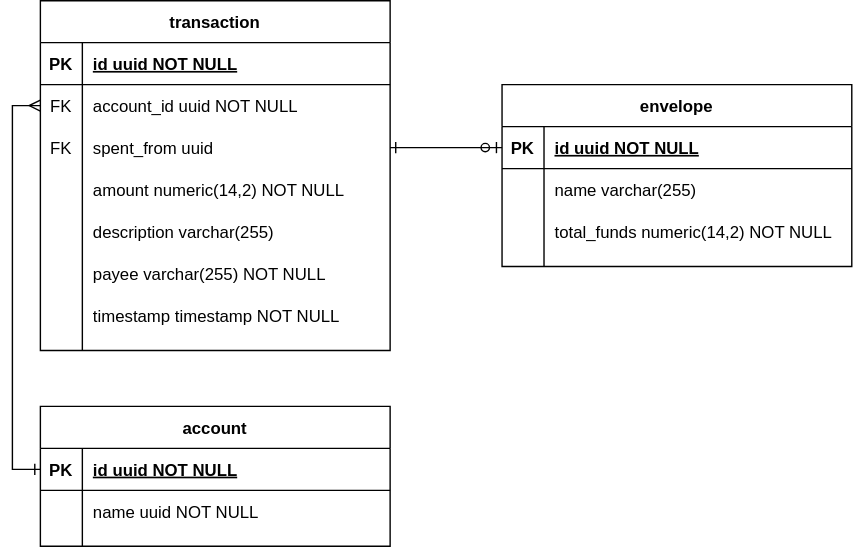
Above: data-er.svg in andrew-chang-dewitt/hoops-api (draw.io), before the change. Source tidied: cells renumbered, new cells last; positions are measured from the earlier drawing's top-left corner, leaving out a move shared by most shapes.
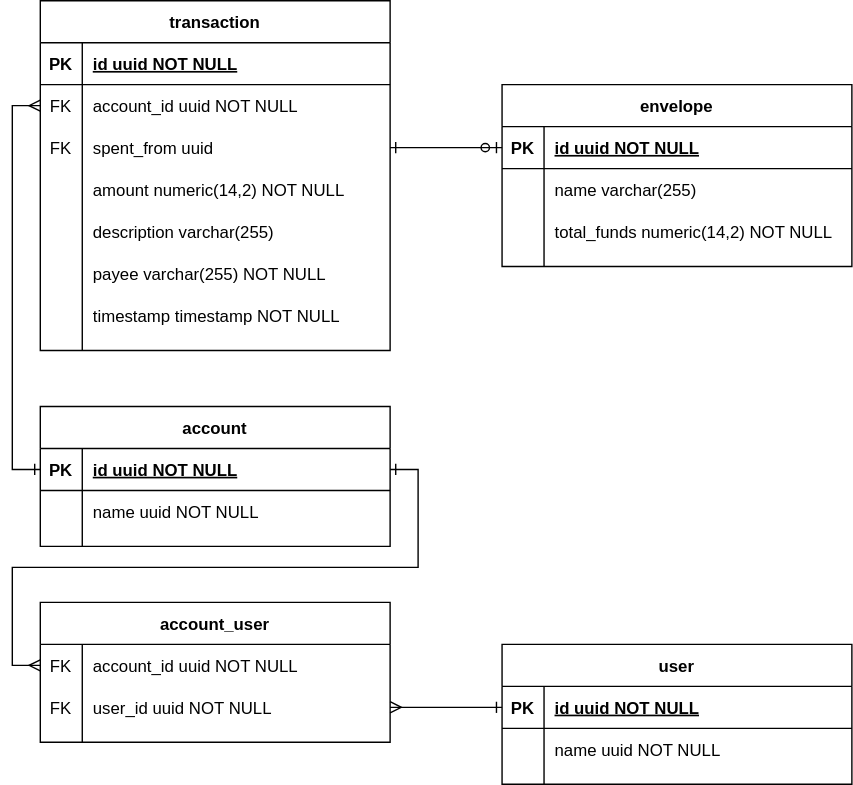
Later version of the same file.

Commit message:
Add user entity.

Change to the diagram source:
```diff
@@ -92,6 +92,54 @@
     <mxCell id="31" style="edgeStyle=orthogonalEdgeStyle;rounded=0;jettySize=auto;html=1;exitX=0;exitY=0.5;exitDx=0;exitDy=0;entryX=0;entryY=0.5;entryDx=0;entryDy=0;fontColor=default;endArrow=ERmany;endFill=0;labelBackgroundColor=default;fillColor=none;strokeColor=default;startArrow=ERone;startFill=0;" parent="1" edge="1" source="3" target="13">
       <mxGeometry relative="1" as="geometry" />
     </mxCell>
+    <mxCell id="43" value="account_user" style="shape=table;startSize=30;rowLines=0;fontStyle=1;align=center;fillColor=none;strokeColor=default;fontColor=default;" parent="1" vertex="1">
+      <mxGeometry y="430" width="250" height="100" as="geometry" />
+    </mxCell>
+    <mxCell id="44" style="shape=partialRectangle;fillColor=none;points=[[0,0.5],[1,0.5]];portConstraint=eastwest;top=0;left=0;right=0;bottom=0;strokeColor=default;fontColor=default;" parent="43" vertex="1">
+      <mxGeometry y="30" width="250" height="30" as="geometry" />
+    </mxCell>
+    <mxCell id="45" value="FK" style="shape=partialRectangle;overflow=hidden;fillColor=none;top=0;left=0;bottom=0;right=0;strokeColor=default;fontColor=default;" parent="44" vertex="1">
+      <mxGeometry width="30" height="30" as="geometry" />
+    </mxCell>
+    <mxCell id="46" value="account_id uuid NOT NULL" style="shape=partialRectangle;overflow=hidden;fillColor=none;top=0;left=0;bottom=0;right=0;align=left;spacingLeft=6;strokeColor=default;fontColor=default;" parent="44" vertex="1">
+      <mxGeometry x="30" width="220" height="30" as="geometry" />
+    </mxCell>
+    <mxCell id="47" style="shape=partialRectangle;fillColor=none;points=[[0,0.5],[1,0.5]];portConstraint=eastwest;top=0;left=0;right=0;bottom=0;strokeColor=default;fontColor=default;" parent="43" vertex="1">
+      <mxGeometry y="60" width="250" height="30" as="geometry" />
+    </mxCell>
+    <mxCell id="48" value="FK" style="shape=partialRectangle;overflow=hidden;fillColor=none;top=0;left=0;bottom=0;right=0;strokeColor=default;fontColor=default;" parent="47" vertex="1">
+      <mxGeometry width="30" height="30" as="geometry" />
+    </mxCell>
+    <mxCell id="49" value="user_id uuid NOT NULL" style="shape=partialRectangle;overflow=hidden;fillColor=none;top=0;left=0;bottom=0;right=0;align=left;spacingLeft=6;strokeColor=default;fontColor=default;" parent="47" vertex="1">
+      <mxGeometry x="30" width="220" height="30" as="geometry" />
+    </mxCell>
+    <mxCell id="50" value="user" style="shape=table;startSize=30;rowLines=0;fontStyle=1;align=center;fillColor=none;strokeColor=default;fontColor=default;" parent="1" vertex="1">
+      <mxGeometry x="330" y="460" width="250" height="100" as="geometry" />
+    </mxCell>
+    <mxCell id="51" style="shape=partialRectangle;fillColor=none;points=[[0,0.5],[1,0.5]];portConstraint=eastwest;top=0;left=0;right=0;bottom=1;strokeColor=default;fontColor=default;" parent="50" vertex="1">
+      <mxGeometry y="30" width="250" height="30" as="geometry" />
+    </mxCell>
+    <mxCell id="52" value="PK" style="shape=partialRectangle;overflow=hidden;fillColor=none;top=0;left=0;bottom=0;right=0;fontStyle=1;strokeColor=default;fontColor=default;" parent="51" vertex="1">
+      <mxGeometry width="30" height="30" as="geometry" />
+    </mxCell>
+    <mxCell id="53" value="id uuid NOT NULL " style="shape=partialRectangle;overflow=hidden;fillColor=none;top=0;left=0;bottom=0;right=0;align=left;spacingLeft=6;fontStyle=5;strokeColor=default;fontColor=default;" parent="51" vertex="1">
+      <mxGeometry x="30" width="220" height="30" as="geometry" />
+    </mxCell>
+    <mxCell id="54" style="shape=partialRectangle;fillColor=none;top=0;left=0;right=0;bottom=0;strokeColor=default;fontColor=default;" parent="50" vertex="1">
+      <mxGeometry y="60" width="250" height="30" as="geometry" />
+    </mxCell>
+    <mxCell id="55" style="shape=partialRectangle;overflow=hidden;fillColor=none;top=0;left=0;bottom=0;right=0;strokeColor=default;fontColor=default;" parent="54" vertex="1">
+      <mxGeometry width="30" height="30" as="geometry" />
+    </mxCell>
+    <mxCell id="56" value="name uuid NOT NULL" style="shape=partialRectangle;overflow=hidden;fillColor=none;top=0;left=0;bottom=0;right=0;align=left;spacingLeft=6;strokeColor=default;fontColor=default;" parent="54" vertex="1">
+      <mxGeometry x="30" width="220" height="30" as="geometry" />
+    </mxCell>
+    <mxCell id="57" style="edgeStyle=orthogonalEdgeStyle;rounded=0;jettySize=auto;html=1;entryX=1;entryY=0.5;entryDx=0;entryDy=0;labelBackgroundColor=default;fontColor=default;endArrow=ERmany;endFill=0;strokeColor=default;startArrow=ERone;startFill=0;" parent="1" edge="1" source="51" target="47">
+      <mxGeometry relative="1" as="geometry" />
+    </mxCell>
+    <mxCell id="58" style="edgeStyle=orthogonalEdgeStyle;rounded=0;jettySize=auto;html=1;exitX=1;exitY=0.5;exitDx=0;exitDy=0;entryX=0;entryY=0.5;entryDx=0;entryDy=0;labelBackgroundColor=default;fontColor=default;endArrow=ERmany;endFill=0;strokeColor=default;startArrow=ERone;startFill=0;" parent="1" edge="1" source="3" target="44">
+      <mxGeometry relative="1" as="geometry" />
+    </mxCell>
     <mxCell id="32" value="envelope" style="shape=table;startSize=30;rowLines=0;fontStyle=1;align=center;fillColor=none;strokeColor=default;fontColor=default;" parent="1" vertex="1">
       <mxGeometry x="330" y="60" width="250" height="130" as="geometry" />
     </mxCell>
```
